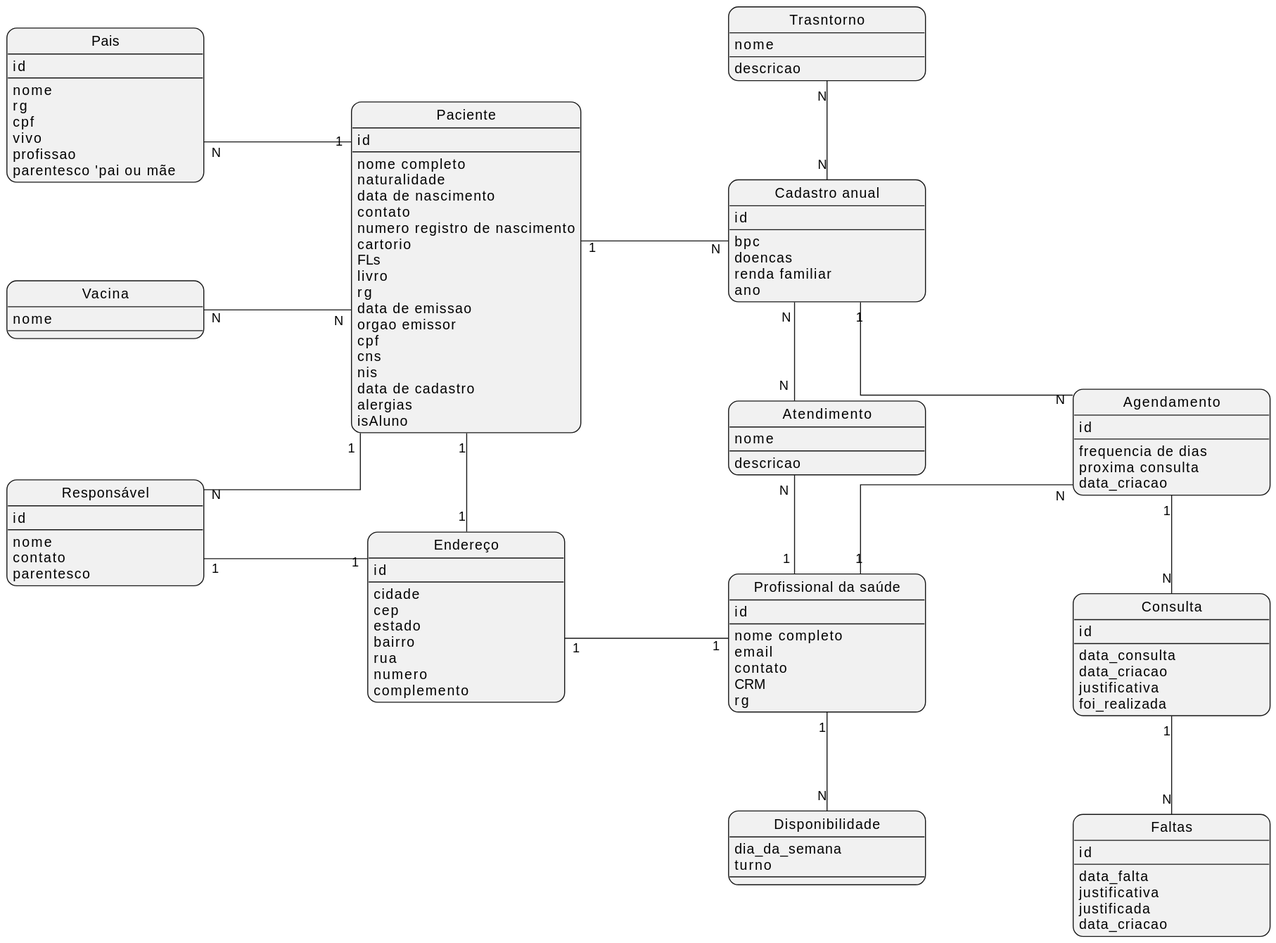
This is documents/database/ER-squema.svg from IFPBEsp/APAE, a PlantUML export, as it was before one commit.
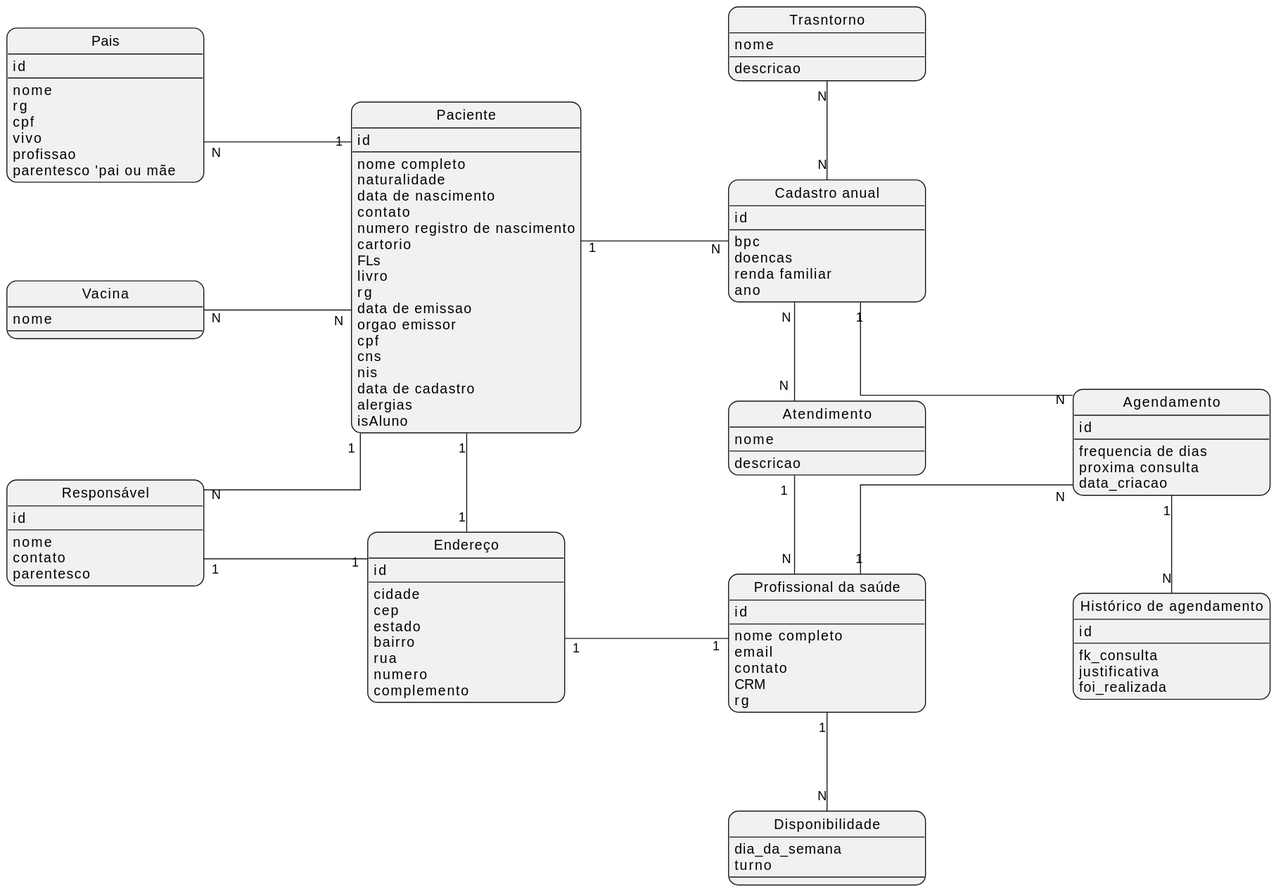
After the commit.

Change to the diagram source:
```diff
@@ -95,15 +95,6 @@
 	data_criacao
 }
 
-entity "Faltas" as Absence {
-	id
-	--
-	data_falta
-	justificativa
-	justificada
-	data_criacao
-}
-
 entity "Profissional da saúde" as HealthProfessional {
 	id
 	--
@@ -114,11 +105,10 @@
 	rg
 }
 
-entity "Consulta" as Appointment {
+entity "Histórico de agendamento" as Appointment {
 	id
 	--
-	data_consulta
-	data_criacao
+	fk_consulta
 	justificativa
 	foi_realizada
 }
@@ -139,10 +129,8 @@
 Historic "N" -RIGHT- "N" Service
 
 HealthProfessional "1" -UP- "1" Address
-HealthProfessional "1" -LEFT- "N" Service
+HealthProfessional "N" -LEFT- "1" Service
 HealthProfessional "1" -DOWN- "N" Schedule
-
-Appointment "1" -RIGHT- "N" Absence
 
 Schedule "1" -RIGHT- "N" Appointment
 
```
